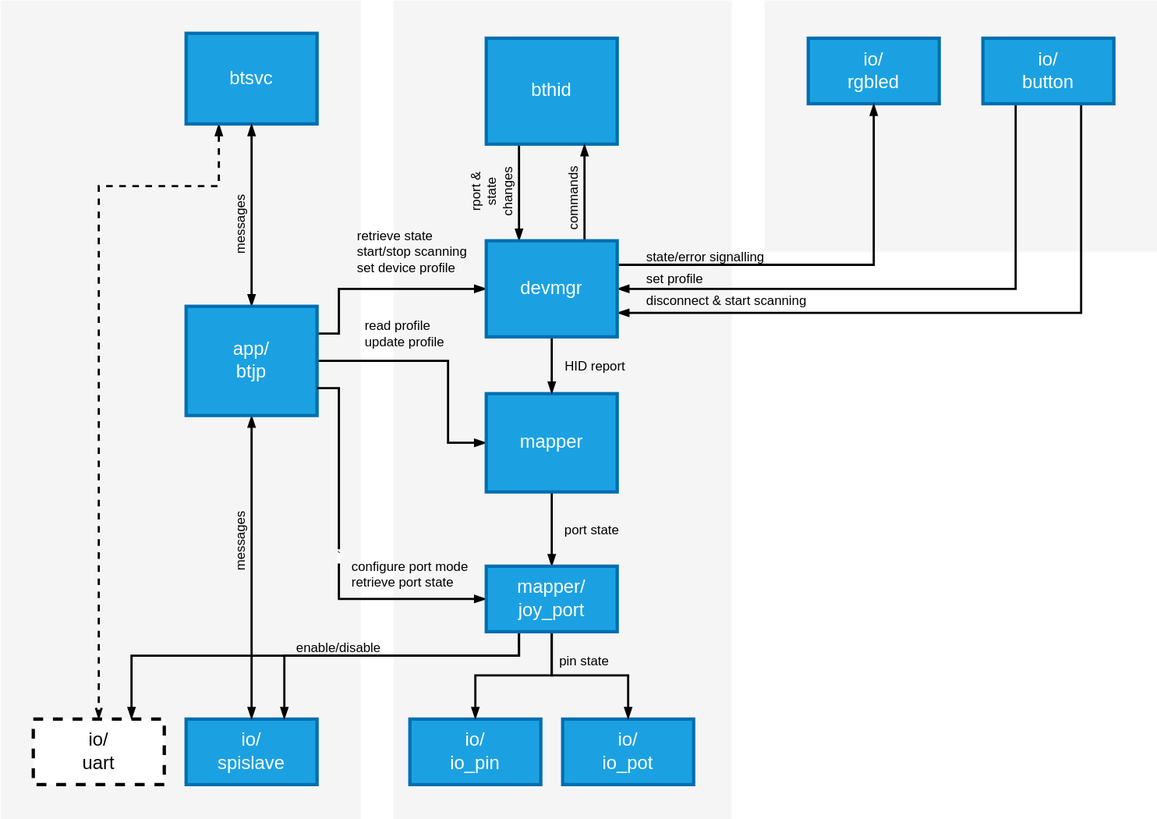
Earlier version of the draw.io export doc/images/arch.drawio.svg (cepetr/blue2joy). Source tidied: cells renumbered, new cells last; positions are measured from the earlier drawing's top-left corner, leaving out a move shared by most shapes.
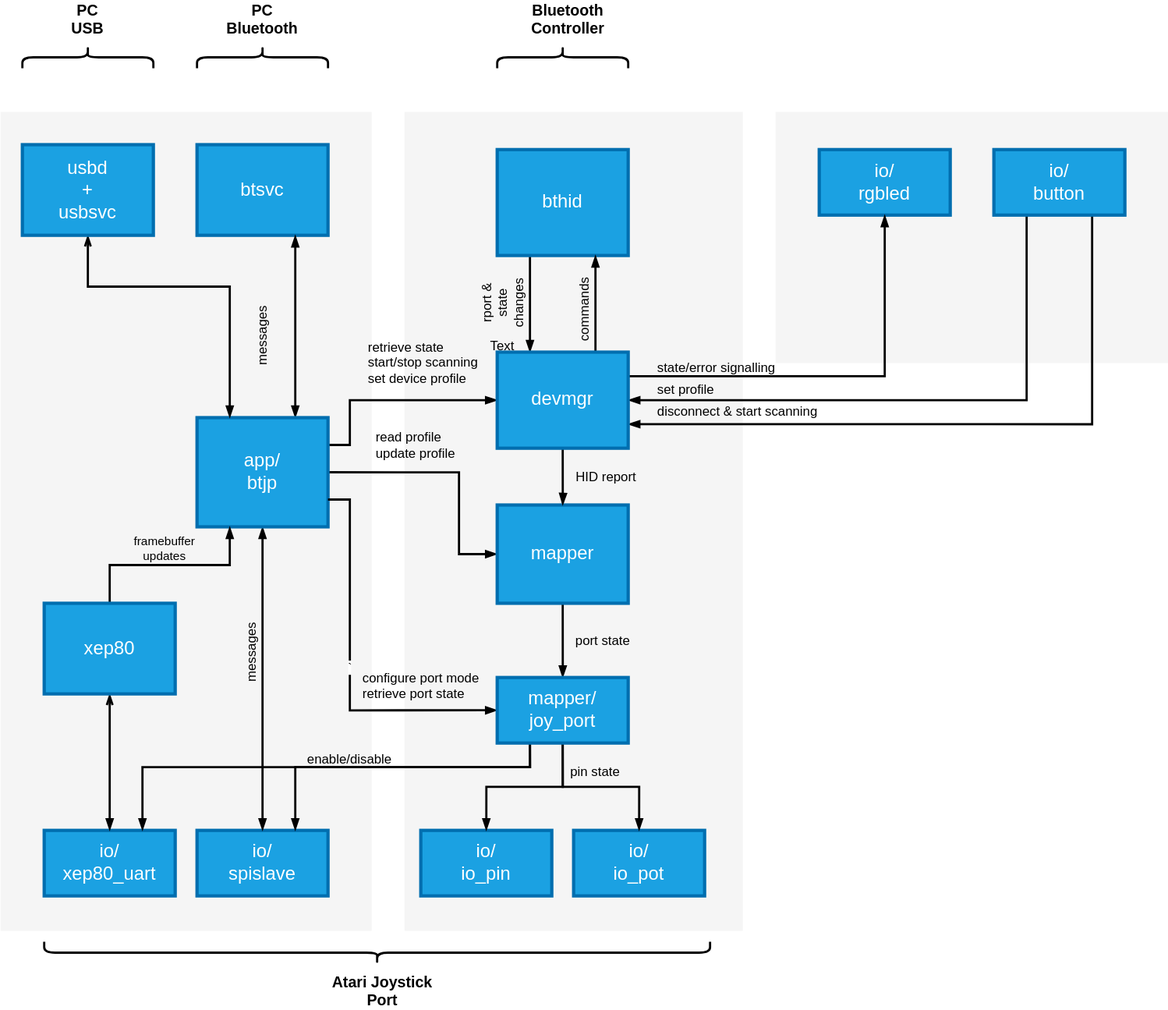
The same diagram one commit later.

Diff of the diagram source:
```diff
@@ -1,9 +1,9 @@
-<mxGraphModel>
+<mxGraphModel background="#ffffff">
   <root>
     <mxCell id="0" />
     <mxCell id="1" parent="0" />
     <mxCell id="2" style="rounded=0;whiteSpace=wrap;html=1;fillColor=#f5f5f5;fontColor=#333333;strokeColor=none;" parent="1" vertex="1">
-      <mxGeometry width="330" height="750" as="geometry" />
+      <mxGeometry x="-10" width="340" height="750" as="geometry" />
     </mxCell>
     <mxCell id="3" style="rounded=0;whiteSpace=wrap;html=1;fillColor=#f5f5f5;fontColor=#333333;strokeColor=none;" parent="1" vertex="1">
       <mxGeometry x="700" width="360" height="230" as="geometry" />
@@ -27,14 +27,6 @@
     <mxCell id="8" value="&lt;font style=&quot;color: rgb(255, 255, 255);&quot;&gt;io/&lt;/font&gt;&lt;div&gt;&lt;font style=&quot;color: rgb(255, 255, 255);&quot;&gt;rgbled&lt;/font&gt;&lt;/div&gt;" style="rounded=0;whiteSpace=wrap;html=1;strokeWidth=3;fontSize=17;fontStyle=0;fillColor=#1ba1e2;strokeColor=#006EAF;fontColor=#ffffff;" parent="1" vertex="1">
       <mxGeometry x="740" y="34.5" width="120" height="60" as="geometry" />
     </mxCell>
-    <mxCell id="9" style="edgeStyle=orthogonalEdgeStyle;rounded=0;jettySize=auto;html=1;exitX=0.25;exitY=1;exitDx=0;exitDy=0;entryX=0.5;entryY=0;entryDx=0;entryDy=0;startArrow=blockThin;startFill=1;strokeWidth=2;endArrow=openThin;endFill=0;strokeColor=#000000;dashed=1;" parent="1" edge="1" source="10" target="14">
-      <mxGeometry relative="1" as="geometry">
-        <Array as="points">
-          <mxPoint x="200" y="170" />
-          <mxPoint x="90" y="170" />
-        </Array>
-      </mxGeometry>
-    </mxCell>
     <mxCell id="10" value="btsvc" style="rounded=0;whiteSpace=wrap;html=1;strokeWidth=3;fontSize=17;fontStyle=0;fillColor=#1ba1e2;strokeColor=#006EAF;fontColor=#ffffff;" parent="1" vertex="1">
       <mxGeometry x="170" y="30" width="120" height="83" as="geometry" />
     </mxCell>
@@ -47,14 +39,14 @@
     <mxCell id="13" value="&lt;font style=&quot;color: rgb(255, 255, 255);&quot;&gt;io/&lt;/font&gt;&lt;div&gt;&lt;font style=&quot;color: rgb(255, 255, 255);&quot;&gt;io_pot&lt;/font&gt;&lt;/div&gt;" style="rounded=0;whiteSpace=wrap;html=1;strokeWidth=3;fontSize=17;fontStyle=0;fillColor=#1ba1e2;strokeColor=#006EAF;fontColor=#ffffff;" parent="1" vertex="1">
       <mxGeometry x="515" y="658" width="120" height="60" as="geometry" />
     </mxCell>
-    <mxCell id="14" value="io/&lt;div&gt;uart&lt;/div&gt;" style="rounded=0;whiteSpace=wrap;html=1;dashed=1;strokeWidth=3;fontSize=17;fontStyle=0;" parent="1" vertex="1">
+    <mxCell id="14" value="io/&lt;br&gt;xep80_uart" style="rounded=0;whiteSpace=wrap;html=1;strokeWidth=3;fontSize=17;fontStyle=0;fillColor=#1BA1E2;fontColor=#FFFFFF;strokeColor=#006EAF;" parent="1" vertex="1">
       <mxGeometry x="30" y="658" width="120" height="60" as="geometry" />
     </mxCell>
-    <mxCell id="15" style="edgeStyle=orthogonalEdgeStyle;rounded=0;jettySize=auto;html=1;exitX=0.5;exitY=0;exitDx=0;exitDy=0;entryX=0.5;entryY=1;entryDx=0;entryDy=0;startArrow=blockThin;startFill=1;strokeWidth=2;endArrow=blockThin;endFill=1;" parent="1" edge="1" source="19" target="10">
+    <mxCell id="15" style="edgeStyle=orthogonalEdgeStyle;rounded=0;jettySize=auto;html=1;exitX=0.75;exitY=0;exitDx=0;exitDy=0;entryX=0.75;entryY=1;entryDx=0;entryDy=0;startArrow=blockThin;startFill=1;strokeWidth=2;endArrow=blockThin;endFill=1;" parent="1" edge="1" source="19" target="10">
       <mxGeometry relative="1" as="geometry">
         <Array as="points">
-          <mxPoint x="230" y="198" />
-          <mxPoint x="230" y="198" />
+          <mxPoint x="260" y="200" />
+          <mxPoint x="260" y="200" />
         </Array>
       </mxGeometry>
     </mxCell>
@@ -188,7 +180,7 @@
       <mxGeometry x="190" y="480" width="60" height="30" as="geometry" />
     </mxCell>
     <mxCell id="42" value="messages" style="text;html=1;align=center;verticalAlign=middle;whiteSpace=wrap;rounded=0;rotation=-90;" parent="1" vertex="1">
-      <mxGeometry x="190" y="190" width="60" height="30" as="geometry" />
+      <mxGeometry x="200" y="190" width="60" height="30" as="geometry" />
     </mxCell>
     <mxCell id="43" value="HID report" style="text;html=1;align=center;verticalAlign=middle;whiteSpace=wrap;rounded=0;rotation=0;" parent="1" vertex="1">
       <mxGeometry x="515" y="320" width="60" height="30" as="geometry" />
@@ -205,5 +197,51 @@
     <mxCell id="47" value="pin state" style="text;html=1;align=center;verticalAlign=middle;whiteSpace=wrap;rounded=0;rotation=0;" parent="1" vertex="1">
       <mxGeometry x="505" y="590" width="60" height="30" as="geometry" />
     </mxCell>
+    <mxCell id="48" style="edgeStyle=elbowEdgeStyle;html=1;exitX=0.5;exitY=1;exitDx=0;exitDy=0;elbow=vertical;rounded=0;curved=0;strokeWidth=2;startArrow=openThin;startFill=0;endArrow=blockThin;endFill=1;entryX=0.25;entryY=0;entryDx=0;entryDy=0;" parent="1" edge="1" source="49" target="19">
+      <mxGeometry relative="1" as="geometry">
+        <Array as="points">
+          <mxPoint x="150" y="160" />
+        </Array>
+      </mxGeometry>
+    </mxCell>
+    <mxCell id="49" value="usbd &lt;br&gt;+&lt;br&gt;usbsvc" style="rounded=0;whiteSpace=wrap;html=1;strokeWidth=3;fontSize=17;fontStyle=0;fillColor=#1ba1e2;strokeColor=#006EAF;fontColor=#ffffff;" parent="1" vertex="1">
+      <mxGeometry x="10" y="30" width="120" height="83" as="geometry" />
+    </mxCell>
+    <mxCell id="50" style="edgeStyle=none;html=1;exitX=0.5;exitY=1;exitDx=0;exitDy=0;strokeWidth=2;startArrow=openThin;startFill=0;endArrow=blockThin;endFill=1;" parent="1" edge="1" source="52" target="14">
+      <mxGeometry relative="1" as="geometry" />
+    </mxCell>
+    <mxCell id="51" value="framebuffer&lt;br&gt;updates" style="edgeStyle=orthogonalEdgeStyle;html=1;exitX=0.5;exitY=0;exitDx=0;exitDy=0;entryX=0.25;entryY=1;entryDx=0;entryDy=0;rounded=0;curved=0;strokeWidth=2;endArrow=blockThin;endFill=1;startArrow=none;startFill=0;labelBackgroundColor=none;" parent="1" edge="1" source="52" target="19">
+      <mxGeometry x="-0.06" y="15" relative="1" as="geometry" />
+    </mxCell>
+    <mxCell id="52" value="xep80" style="rounded=0;whiteSpace=wrap;html=1;strokeWidth=3;fontSize=17;fontStyle=0;fillColor=#1ba1e2;strokeColor=#006EAF;fontColor=#ffffff;" parent="1" vertex="1">
+      <mxGeometry x="30" y="450" width="120" height="83" as="geometry" />
+    </mxCell>
+    <mxCell id="53" value="Text" style="text;html=1;align=center;verticalAlign=middle;whiteSpace=wrap;rounded=0;" parent="1" vertex="1">
+      <mxGeometry x="420" y="200" width="60" height="30" as="geometry" />
+    </mxCell>
+    <mxCell id="54" value="PC &lt;br&gt;USB" style="text;html=1;align=center;verticalAlign=middle;whiteSpace=wrap;rounded=0;fontSize=14;fontStyle=1;" parent="1" vertex="1">
+      <mxGeometry x="40" y="-100" width="60" height="30" as="geometry" />
+    </mxCell>
+    <mxCell id="55" value="PC&lt;br&gt;Bluetooth" style="text;html=1;align=center;verticalAlign=middle;whiteSpace=wrap;rounded=0;fontSize=14;fontStyle=1;" parent="1" vertex="1">
+      <mxGeometry x="200" y="-100" width="60" height="30" as="geometry" />
+    </mxCell>
+    <mxCell id="56" value="Bluetooth Controller" style="text;html=1;align=center;verticalAlign=middle;whiteSpace=wrap;rounded=0;fontSize=14;fontStyle=1;" parent="1" vertex="1">
+      <mxGeometry x="480" y="-100" width="60" height="30" as="geometry" />
+    </mxCell>
+    <mxCell id="57" value="Atari Joystick Port" style="text;html=1;align=center;verticalAlign=middle;whiteSpace=wrap;rounded=0;fontSize=14;fontStyle=1;" parent="1" vertex="1">
+      <mxGeometry x="280" y="790" width="120" height="30" as="geometry" />
+    </mxCell>
+    <mxCell id="58" style="shape=curlyBracket;whiteSpace=wrap;html=1;rounded=1;flipH=1;labelPosition=right;verticalLabelPosition=middle;align=left;verticalAlign=middle;size=0.5;direction=north;strokeWidth=2;" parent="1" vertex="1">
+      <mxGeometry x="30" y="760" width="610" height="20" as="geometry" />
+    </mxCell>
+    <mxCell id="59" style="shape=curlyBracket;whiteSpace=wrap;html=1;rounded=1;flipH=1;labelPosition=right;verticalLabelPosition=middle;align=left;verticalAlign=middle;strokeWidth=2;direction=south;" parent="1" vertex="1">
+      <mxGeometry x="445" y="-60" width="120" height="20" as="geometry" />
+    </mxCell>
+    <mxCell id="60" style="shape=curlyBracket;whiteSpace=wrap;html=1;rounded=1;flipH=1;labelPosition=right;verticalLabelPosition=middle;align=left;verticalAlign=middle;strokeWidth=2;direction=south;" parent="1" vertex="1">
+      <mxGeometry x="170" y="-60" width="120" height="20" as="geometry" />
+    </mxCell>
+    <mxCell id="61" style="shape=curlyBracket;whiteSpace=wrap;html=1;rounded=1;flipH=1;labelPosition=right;verticalLabelPosition=middle;align=left;verticalAlign=middle;strokeWidth=2;direction=south;" parent="1" vertex="1">
+      <mxGeometry x="10" y="-60" width="120" height="20" as="geometry" />
+    </mxCell>
   </root>
 </mxGraphModel>
```
